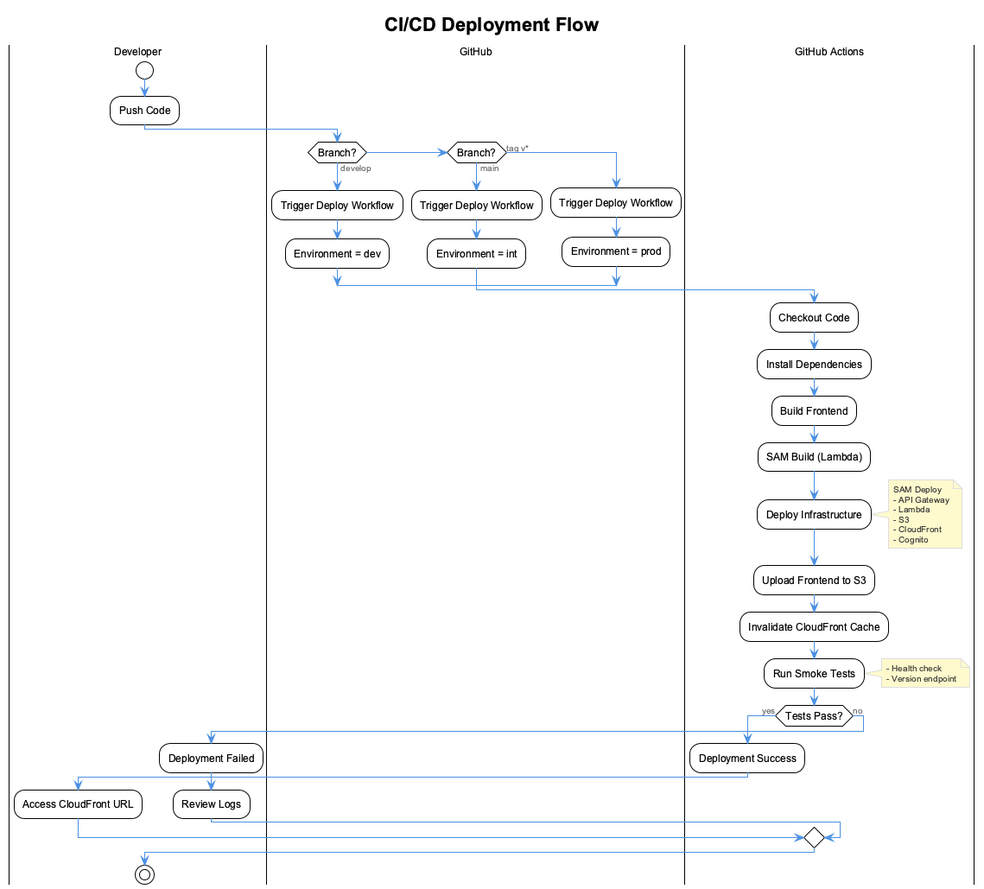
fwornle/ui-template keeps this PlantUML diagram as docs/images/cicd-flow.png. Above is the earlier version. Source of this version:
```plantuml
@startuml cicd-flow
!include _standard-style.puml

title CI/CD Deployment Flow

|Developer|
start
:Push Code;

|GitHub|
if (Branch?) then (develop)
    :Trigger Deploy Workflow;
    :Environment = dev;
else if (Branch?) then (main)
    :Trigger Deploy Workflow;
    :Environment = int;
else (tag v*)
    :Trigger Deploy Workflow;
    :Environment = prod;
endif

|GitHub Actions|
:Checkout Code;
:Install Dependencies;
:Build Frontend;
:SAM Build (Lambda);

:Deploy Infrastructure;
note right
  SAM Deploy
  - API Gateway
  - Lambda
  - S3
  - CloudFront
  - Cognito
end note

:Upload Frontend to S3;
:Invalidate CloudFront Cache;

:Run Smoke Tests;
note right
  - Health check
  - Version endpoint
end note

if (Tests Pass?) then (yes)
    :Deployment Success;
    |Developer|
    :Access CloudFront URL;
else (no)
    :Deployment Failed;
    |Developer|
    :Review Logs;
endif

stop

@enduml
```
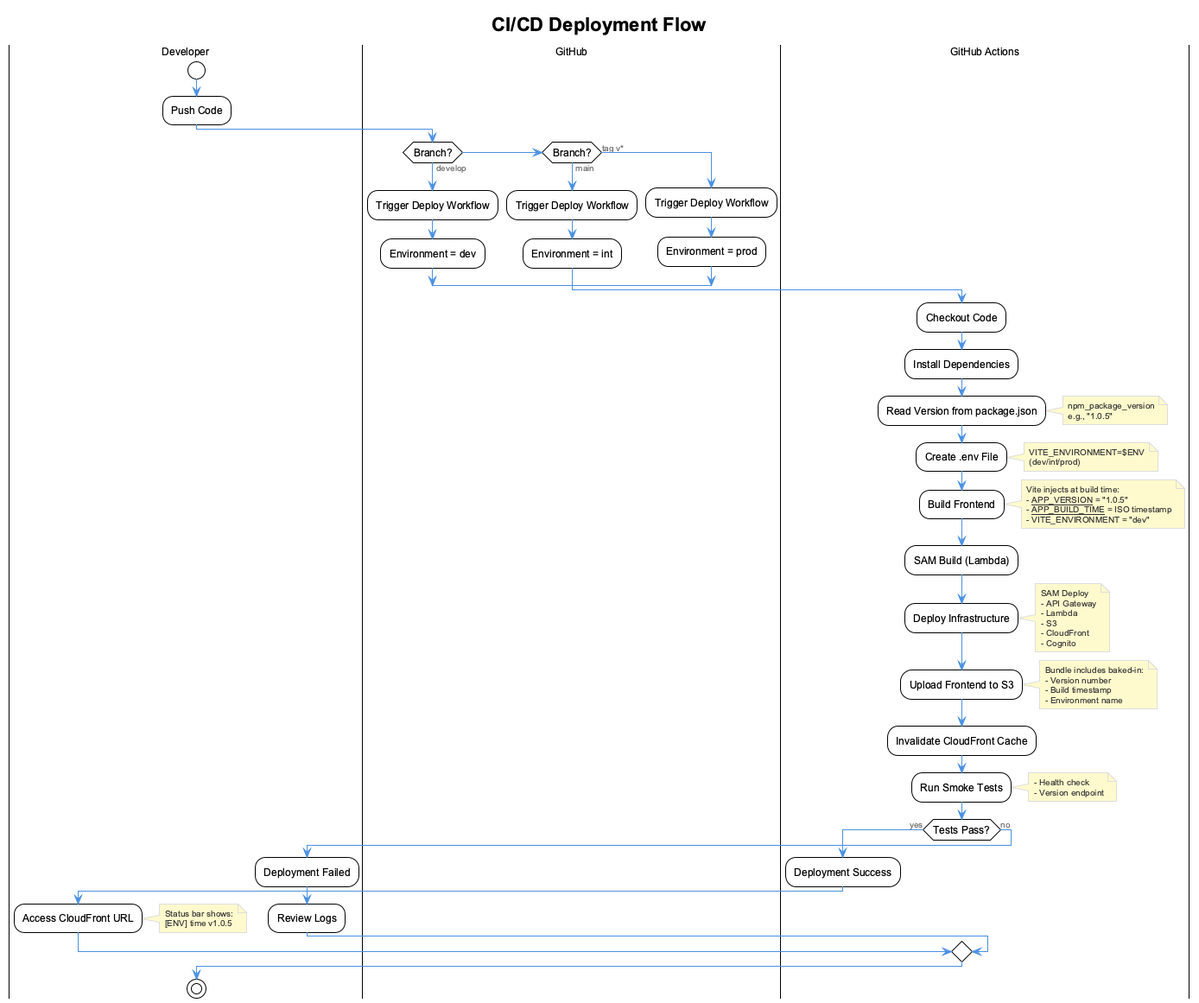
After the commit.

Commit message:
docs: version handling shown in CICD workflow

Change to the diagram source:
```diff
@@ -22,7 +22,27 @@
 |GitHub Actions|
 :Checkout Code;
 :Install Dependencies;
+
+:Read Version from package.json;
+note right
+  npm_package_version
+  e.g., "1.0.5"
+end note
+
+:Create .env File;
+note right
+  VITE_ENVIRONMENT=$ENV
+  (dev/int/prod)
+end note
+
 :Build Frontend;
+note right
+  Vite injects at build time:
+  - __APP_VERSION__ = "1.0.5"
+  - __APP_BUILD_TIME__ = ISO timestamp
+  - VITE_ENVIRONMENT = "dev"
+end note
+
 :SAM Build (Lambda);
 
 :Deploy Infrastructure;
@@ -36,6 +56,13 @@
 end note
 
 :Upload Frontend to S3;
+note right
+  Bundle includes baked-in:
+  - Version number
+  - Build timestamp
+  - Environment name
+end note
+
 :Invalidate CloudFront Cache;
 
 :Run Smoke Tests;
@@ -48,6 +75,10 @@
     :Deployment Success;
     |Developer|
     :Access CloudFront URL;
+    note right
+      Status bar shows:
+      [ENV] time v1.0.5
+    end note
 else (no)
     :Deployment Failed;
     |Developer|
```
